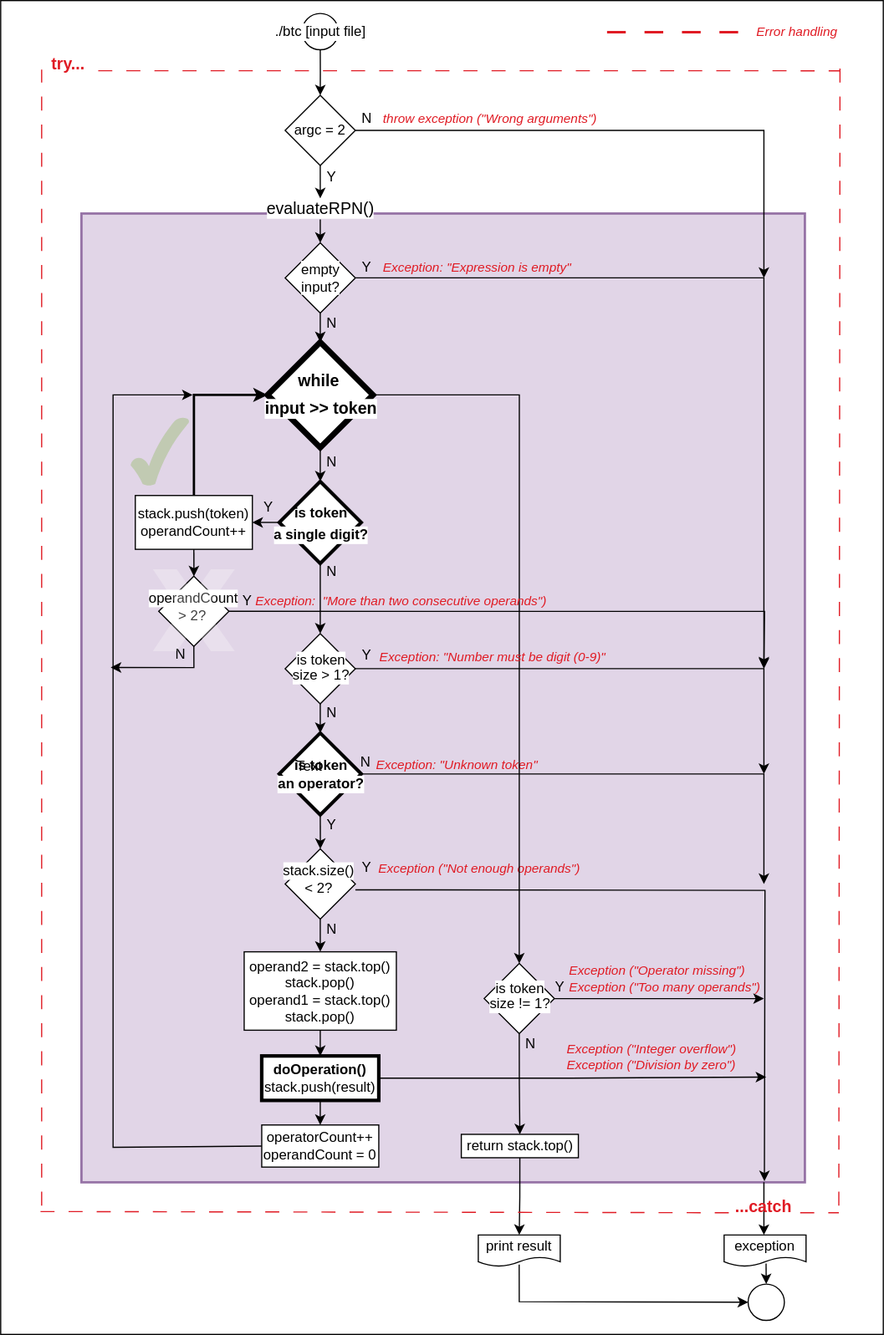
The draw.io diagram cpp_09/ex01/assets/RPN.svg in ccg-v/cpp_modules, before a commit. Source tidied: cells renumbered, new cells last; positions are measured from the earlier drawing's top-left corner, leaving out a move shared by most shapes.
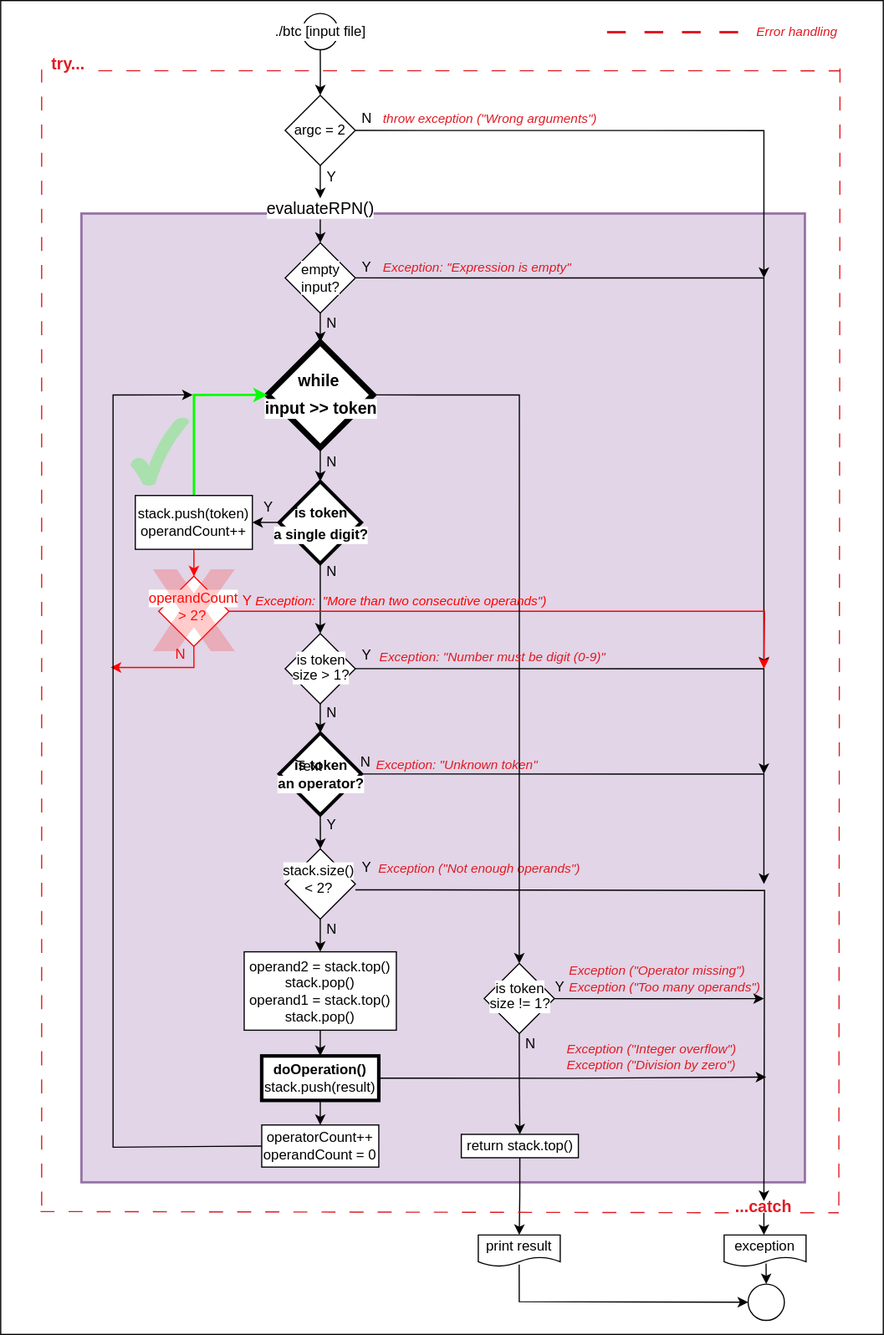
After the change.

Diff of the diagram source:
```diff
@@ -28,9 +28,9 @@
       <mxGeometry x="69" y="182" width="618" height="828" as="geometry" />
     </mxCell>
     <mxCell id="11" value="Todo&#10;Todo" parent="0" />
-    <mxCell id="12" style="endArrow=classic;html=1;rounded=0;entryX=0.5;entryY=0;entryDx=0;entryDy=0;exitX=0.945;exitY=1;exitDx=0;exitDy=0;exitPerimeter=0;" parent="11" edge="1">
+    <mxCell id="12" style="endArrow=classic;html=1;rounded=0;entryX=0.5;entryY=0;entryDx=0;entryDy=0;" parent="11" edge="1">
       <mxGeometry relative="1" as="geometry">
-        <mxPoint x="652" y="1010" as="sourcePoint" />
+        <mxPoint x="652" y="1036" as="sourcePoint" />
         <mxPoint x="652" y="1055" as="targetPoint" />
       </mxGeometry>
     </mxCell>
@@ -60,7 +60,7 @@
     <mxCell id="19" style="edgeStyle=orthogonalEdgeStyle;rounded=0;jettySize=auto;html=1;exitX=0.5;exitY=1;exitDx=0;exitDy=0;entryX=0.5;entryY=0;entryDx=0;entryDy=0;endArrow=classic;endFill=1;" parent="11" edge="1" source="22" target="51">
       <mxGeometry relative="1" as="geometry" />
     </mxCell>
-    <mxCell id="20" style="edgeStyle=orthogonalEdgeStyle;rounded=0;jettySize=auto;html=1;exitX=0.5;exitY=1;exitDx=0;exitDy=0;strokeColor=light-dark(#000000,#FF0000);" parent="11" edge="1" source="57">
+    <mxCell id="20" style="edgeStyle=orthogonalEdgeStyle;rounded=0;jettySize=auto;html=1;exitX=0.5;exitY=1;exitDx=0;exitDy=0;strokeColor=light-dark(#FF0000,#FF0000);" parent="11" edge="1" source="57">
       <mxGeometry relative="1" as="geometry">
         <mxPoint x="94" y="570" as="targetPoint" />
         <Array as="points">
@@ -80,10 +80,10 @@
     <mxCell id="24" style="rhombus;whiteSpace=wrap;html=1;labelBackgroundColor=default;strokeWidth=3;" parent="11" vertex="1">
       <mxGeometry x="238" y="626" width="70" height="70" as="geometry" />
     </mxCell>
-    <mxCell id="25" style="edgeStyle=orthogonalEdgeStyle;rounded=0;orthogonalLoop=1;jettySize=auto;html=1;exitX=1;exitY=0.5;exitDx=0;exitDy=0;entryX=0.549;entryY=-0.03;entryDx=0;entryDy=0;entryPerimeter=0;" parent="11" edge="1">
+    <mxCell id="25" style="edgeStyle=orthogonalEdgeStyle;rounded=0;orthogonalLoop=1;jettySize=auto;html=1;exitX=1;exitY=0.5;exitDx=0;exitDy=0;" parent="11" edge="1">
       <mxGeometry relative="1" as="geometry">
         <mxPoint x="303" y="760" as="sourcePoint" />
-        <mxPoint x="652.4" y="1009" as="targetPoint" />
+        <mxPoint x="652" y="1026" as="targetPoint" />
       </mxGeometry>
     </mxCell>
     <mxCell id="26" style="edgeStyle=orthogonalEdgeStyle;rounded=0;jettySize=auto;html=1;exitX=0.5;exitY=1;exitDx=0;exitDy=0;entryX=0.5;entryY=0;entryDx=0;entryDy=0;" parent="11" edge="1" source="27" target="33">
@@ -189,15 +189,15 @@
         </Array>
       </mxGeometry>
     </mxCell>
-    <mxCell id="56" style="edgeStyle=orthogonalEdgeStyle;rounded=0;jettySize=auto;html=1;exitX=1;exitY=0.5;exitDx=0;exitDy=0;strokeColor=light-dark(#000000,#FF0000);" parent="11" edge="1" source="57">
+    <mxCell id="56" style="edgeStyle=orthogonalEdgeStyle;rounded=0;jettySize=auto;html=1;exitX=1;exitY=0.5;exitDx=0;exitDy=0;strokeColor=light-dark(#FF0000,#FF0000);" parent="11" edge="1" source="57">
       <mxGeometry relative="1" as="geometry">
         <mxPoint x="652" y="571" as="targetPoint" />
       </mxGeometry>
     </mxCell>
-    <mxCell id="57" style="rhombus;whiteSpace=wrap;html=1;labelBackgroundColor=default;fontColor=light-dark(#000000,#FF0000);strokeColor=light-dark(#000000,#FF0000);" parent="11" vertex="1">
+    <mxCell id="57" style="rhombus;whiteSpace=wrap;html=1;labelBackgroundColor=default;fontColor=light-dark(#000000,#FF0000);strokeColor=light-dark(#FF0000,#FF0000);" parent="11" vertex="1">
       <mxGeometry x="135" y="492" width="60" height="60" as="geometry" />
     </mxCell>
-    <mxCell id="58" style="edgeStyle=orthogonalEdgeStyle;rounded=0;jettySize=auto;html=1;strokeColor=light-dark(#000000,#00FF00);entryX=0;entryY=0.5;entryDx=0;entryDy=0;strokeWidth=2;" parent="11" edge="1" source="59" target="43">
+    <mxCell id="58" style="edgeStyle=orthogonalEdgeStyle;rounded=0;jettySize=auto;html=1;strokeColor=light-dark(#00FF00,#00FF00);entryX=0;entryY=0.5;entryDx=0;entryDy=0;strokeWidth=2;" parent="11" edge="1" source="59" target="43">
       <mxGeometry relative="1" as="geometry">
         <Array as="points">
           <mxPoint x="165" y="337" />
@@ -365,22 +365,22 @@
     <mxCell id="99" value="operatorCount++&lt;br&gt;operandCount = 0" style="rounded=0;whiteSpace=wrap;html=1;align=center;verticalAlign=middle;spacingLeft=0;spacing=2;fontFamily=Helvetica;fontSize=12;fontStyle=0;labelBackgroundColor=default;fillStyle=solid;" parent="78" vertex="1">
       <mxGeometry x="223" y="961" width="100" height="36" as="geometry" />
     </mxCell>
-    <mxCell id="100" style="edgeStyle=orthogonalEdgeStyle;rounded=0;jettySize=auto;html=1;exitX=0.5;exitY=1;exitDx=0;exitDy=0;strokeColor=light-dark(#000000,#FF0000);" parent="78" edge="1" source="59" target="57">
+    <mxCell id="100" style="edgeStyle=orthogonalEdgeStyle;rounded=0;jettySize=auto;html=1;exitX=0.5;exitY=1;exitDx=0;exitDy=0;strokeColor=light-dark(#FF0000,#FF0000);" parent="78" edge="1" source="59" target="57">
       <mxGeometry relative="1" as="geometry" />
     </mxCell>
-    <mxCell id="101" value="operandCount" style="text;strokeColor=none;align=center;fillColor=none;html=1;verticalAlign=middle;whiteSpace=wrap;rounded=0;labelBackgroundColor=default;fontColor=light-dark(#000000,#FF0000);" parent="78" vertex="1">
+    <mxCell id="101" value="operandCount" style="text;strokeColor=none;align=center;fillColor=none;html=1;verticalAlign=middle;whiteSpace=wrap;rounded=0;labelBackgroundColor=default;fontColor=light-dark(#FF0000,#FF0000);" parent="78" vertex="1">
       <mxGeometry x="135" y="506" width="60" height="10" as="geometry" />
     </mxCell>
-    <mxCell id="102" value="&amp;gt; 2?" style="text;strokeColor=none;align=center;fillColor=none;html=1;verticalAlign=middle;whiteSpace=wrap;rounded=0;labelBackgroundColor=default;fontColor=light-dark(#000000,#FF0000);" parent="78" vertex="1">
+    <mxCell id="102" value="&amp;gt; 2?" style="text;strokeColor=none;align=center;fillColor=none;html=1;verticalAlign=middle;whiteSpace=wrap;rounded=0;labelBackgroundColor=default;fontColor=light-dark(#FF0000,#FF0000);" parent="78" vertex="1">
       <mxGeometry x="122" y="521" width="84" height="10" as="geometry" />
     </mxCell>
-    <mxCell id="103" value="N" style="text;strokeColor=none;align=center;fillColor=none;html=1;verticalAlign=middle;whiteSpace=wrap;rounded=0;fontColor=light-dark(#000000,#FF0000);" parent="78" vertex="1">
+    <mxCell id="103" value="N" style="text;strokeColor=none;align=center;fillColor=none;html=1;verticalAlign=middle;whiteSpace=wrap;rounded=0;fontColor=light-dark(#FF0000,#FF0000);" parent="78" vertex="1">
       <mxGeometry x="144" y="549" width="20" height="20" as="geometry" />
     </mxCell>
-    <mxCell id="104" value="&lt;div&gt;Exception:&amp;nbsp; &quot;More than two consecutive operands&quot;)&lt;/div&gt;" style="text;strokeColor=none;align=left;fillColor=none;html=1;verticalAlign=middle;whiteSpace=wrap;rounded=0;fontStyle=2;fontSize=11;fontColor=light-dark(#E01B24,#FF0000);" parent="78" vertex="1">
+    <mxCell id="104" value="&lt;div&gt;Exception:&amp;nbsp; &quot;More than two consecutive operands&quot;)&lt;/div&gt;" style="text;strokeColor=none;align=left;fillColor=none;html=1;verticalAlign=middle;whiteSpace=wrap;rounded=0;fontStyle=2;fontSize=11;fontColor=light-dark(#FF0000,#FF0000);" parent="78" vertex="1">
       <mxGeometry x="216" y="505" width="288" height="15" as="geometry" />
     </mxCell>
-    <mxCell id="105" value="Y" style="text;strokeColor=none;align=center;fillColor=none;html=1;verticalAlign=middle;whiteSpace=wrap;rounded=0;fontColor=light-dark(#000000,#FF0000);" parent="78" vertex="1">
+    <mxCell id="105" value="Y" style="text;strokeColor=none;align=center;fillColor=none;html=1;verticalAlign=middle;whiteSpace=wrap;rounded=0;fontColor=light-dark(#FF0000,#FF0000);" parent="78" vertex="1">
       <mxGeometry x="201" y="503" width="20" height="20" as="geometry" />
     </mxCell>
     <mxCell id="106" value="is token" style="text;strokeColor=none;align=center;fillColor=none;html=1;verticalAlign=middle;whiteSpace=wrap;rounded=0;labelBackgroundColor=default;" parent="78" vertex="1">
@@ -399,10 +399,10 @@
     <mxCell id="111" value="Text" style="text;strokeColor=none;align=center;fillColor=none;html=1;verticalAlign=middle;whiteSpace=wrap;rounded=0;" parent="110" vertex="1">
       <mxGeometry x="234" y="640" width="60" height="30" as="geometry" />
     </mxCell>
-    <mxCell id="112" style="verticalLabelPosition=bottom;verticalAlign=top;html=1;shape=mxgraph.basic.x;strokeColor=none;fillColor=light-dark(#FFFFFF,#FF3333);opacity=25;" parent="110" vertex="1">
+    <mxCell id="112" style="verticalLabelPosition=bottom;verticalAlign=top;html=1;shape=mxgraph.basic.x;strokeColor=none;fillColor=light-dark(#FF3333,#FF3333);opacity=25;" parent="110" vertex="1">
       <mxGeometry x="130" y="486" width="70" height="70" as="geometry" />
     </mxCell>
-    <mxCell id="113" style="verticalLabelPosition=bottom;verticalAlign=top;html=1;shape=mxgraph.basic.tick;fillColor=#60a917;fontColor=#ffffff;strokeColor=none;opacity=25;" parent="110" vertex="1">
+    <mxCell id="113" style="verticalLabelPosition=bottom;verticalAlign=top;html=1;shape=mxgraph.basic.tick;fillColor=#00FF00;fontColor=#ffffff;strokeColor=none;opacity=25;" parent="110" vertex="1">
       <mxGeometry x="111" y="356" width="50" height="58.8" as="geometry" />
     </mxCell>
   </root>
```
